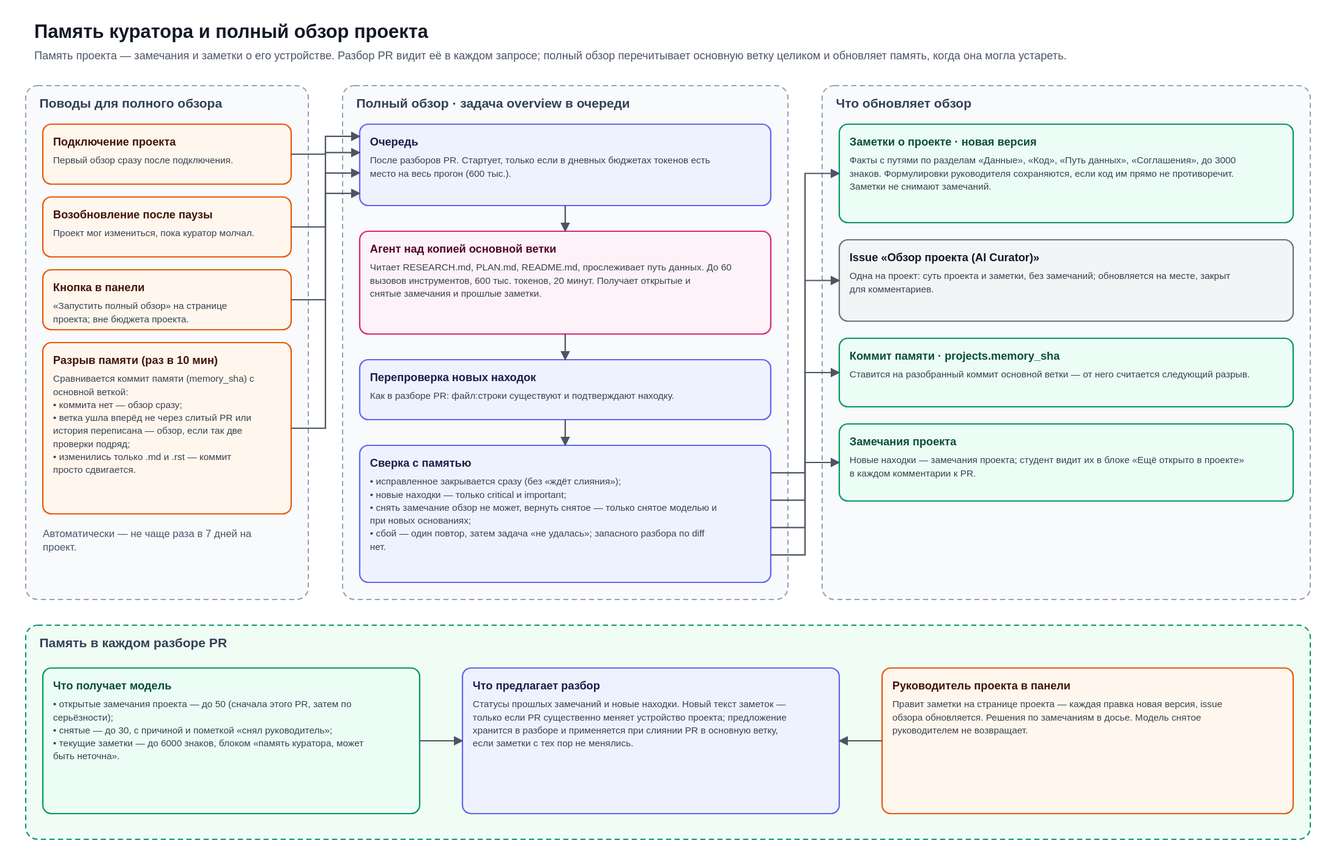
This is docs/документация/схемы/04 память и полный обзор.drawio.svg from Riddars/ai-mentor, a draw.io export, as it was before one commit. Source tidied: cells renumbered, new cells last; positions are measured from the earlier drawing's top-left corner, leaving out a move shared by most shapes.
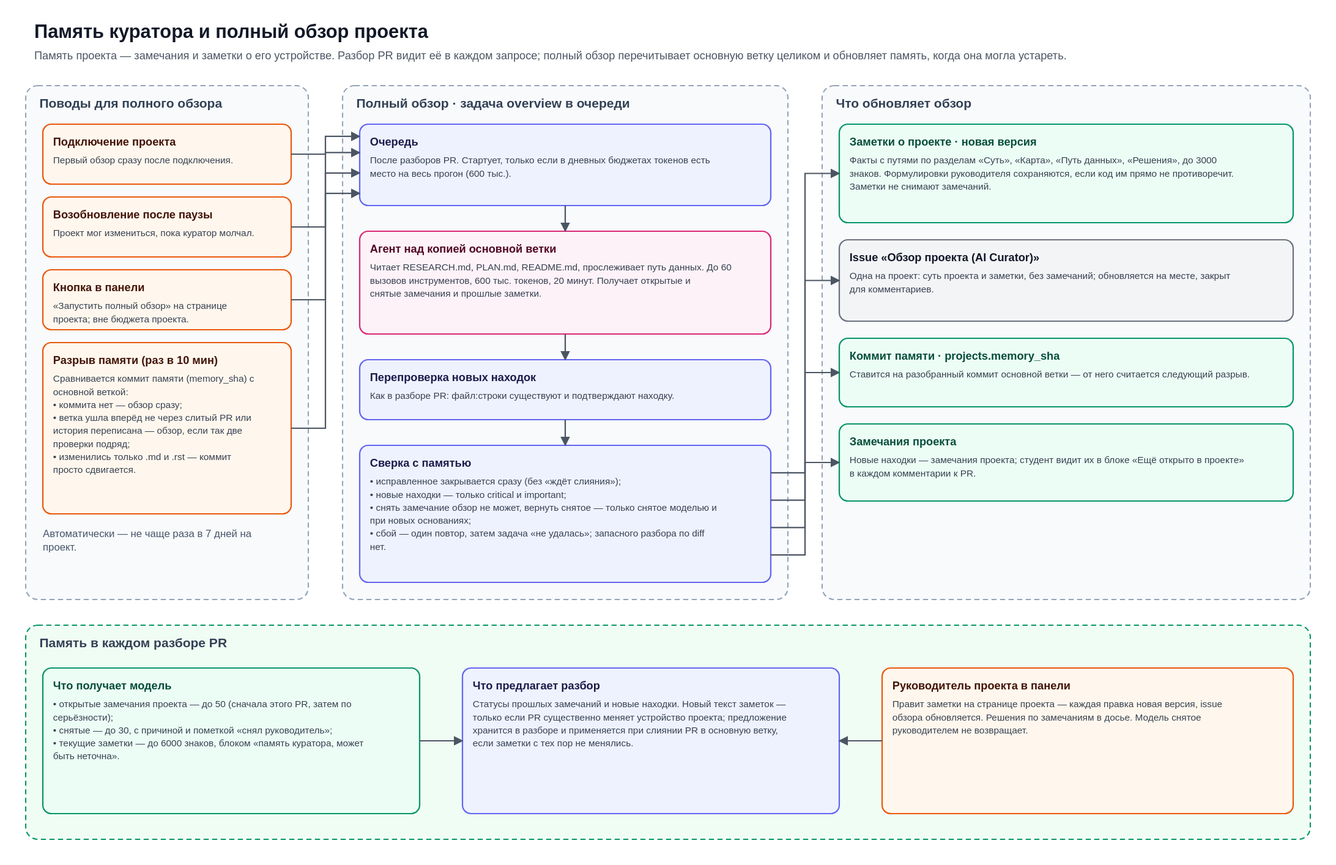
After the commit.

Commit message:
Заметки о проекте: разделы «Суть», «Карта репозитория», «Путь данных», «Сознательные решения»

Diff of the diagram source:
```diff
@@ -47,7 +47,7 @@
     <mxCell id="16" value="&lt;b style=&quot;font-size:13px;color:#1E1B4B&quot;&gt;Сверка с памятью&lt;/b&gt;&lt;div style=&quot;font-size:11px;color:#374151;margin-top:4px&quot;&gt;• исправленное закрывается сразу (без «ждёт слияния»);&lt;br&gt;• новые находки — только critical и important;&lt;br&gt;• снять замечание обзор не может, вернуть снятое — только снятое моделью и при новых основаниях;&lt;br&gt;• сбой — один повтор, затем задача «не удалась»; запасного разбора по diff нет.&lt;/div&gt;" style="rounded=1;arcSize=8;whiteSpace=wrap;html=1;fillColor=#EEF2FF;strokeColor=#6366F1;strokeWidth=1.6;verticalAlign=top;align=left;spacingLeft=10;spacingRight=10;spacingTop=4;fontFamily=Helvetica;" parent="1" vertex="1">
       <mxGeometry x="390" y="498" width="480" height="160" as="geometry" />
     </mxCell>
-    <mxCell id="17" value="&lt;b style=&quot;font-size:13px;color:#064E3B&quot;&gt;Заметки о проекте · новая версия&lt;/b&gt;&lt;div style=&quot;font-size:11px;color:#374151;margin-top:4px&quot;&gt;Факты с путями по разделам «Данные», «Код», «Путь данных», «Соглашения», до 3000 знаков. Формулировки руководителя сохраняются, если код им прямо не противоречит. Заметки не снимают замечаний.&lt;/div&gt;" style="rounded=1;arcSize=8;whiteSpace=wrap;html=1;fillColor=#ECFDF5;strokeColor=#059669;strokeWidth=1.6;verticalAlign=top;align=left;spacingLeft=10;spacingRight=10;spacingTop=4;fontFamily=Helvetica;" parent="1" vertex="1">
+    <mxCell id="17" value="&lt;b style=&quot;font-size:13px;color:#064E3B&quot;&gt;Заметки о проекте · новая версия&lt;/b&gt;&lt;div style=&quot;font-size:11px;color:#374151;margin-top:4px&quot;&gt;Факты с путями по разделам «Суть», «Карта», «Путь данных», «Решения», до 3000 знаков. Формулировки руководителя сохраняются, если код им прямо не противоречит. Заметки не снимают замечаний.&lt;/div&gt;" style="rounded=1;arcSize=8;whiteSpace=wrap;html=1;fillColor=#ECFDF5;strokeColor=#059669;strokeWidth=1.6;verticalAlign=top;align=left;spacingLeft=10;spacingRight=10;spacingTop=4;fontFamily=Helvetica;" parent="1" vertex="1">
       <mxGeometry x="950" y="123" width="530" height="115" as="geometry" />
     </mxCell>
     <mxCell id="18" value="&lt;b style=&quot;font-size:13px;color:#111827&quot;&gt;Issue «Обзор проекта (AI Curator)»&lt;/b&gt;&lt;div style=&quot;font-size:11px;color:#374151;margin-top:4px&quot;&gt;Одна на проект: суть проекта и заметки, без замечаний; обновляется на месте, закрыт для комментариев.&lt;/div&gt;" style="rounded=1;arcSize=8;whiteSpace=wrap;html=1;fillColor=#F3F4F6;strokeColor=#6B7280;strokeWidth=1.6;verticalAlign=top;align=left;spacingLeft=10;spacingRight=10;spacingTop=4;fontFamily=Helvetica;" parent="1" vertex="1">
```
